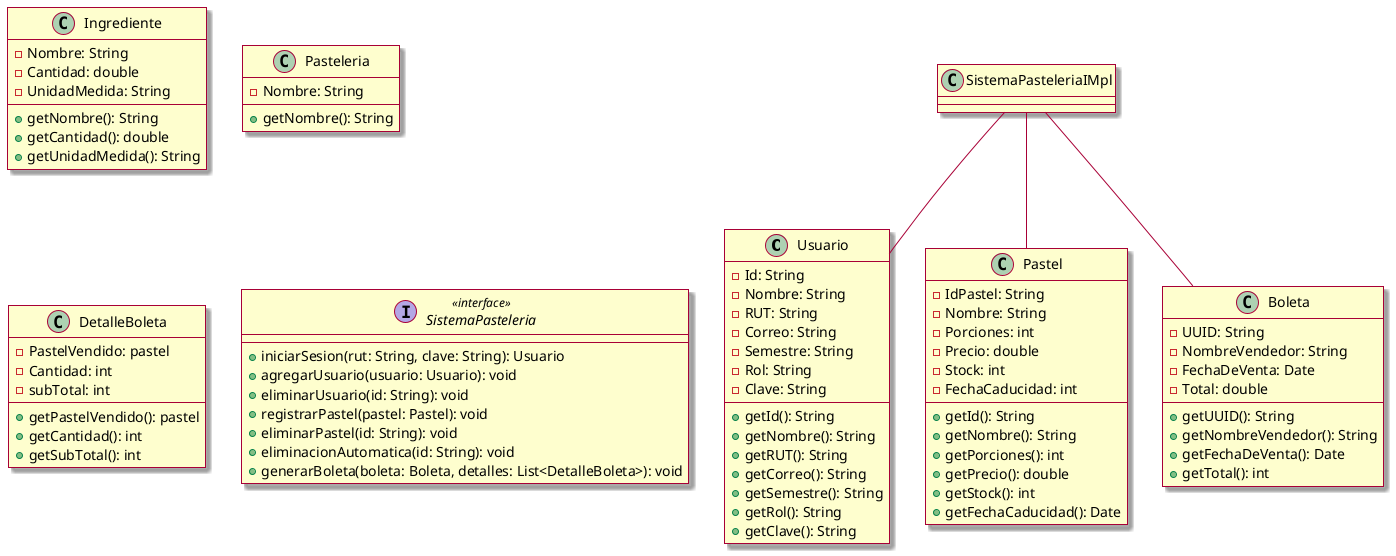
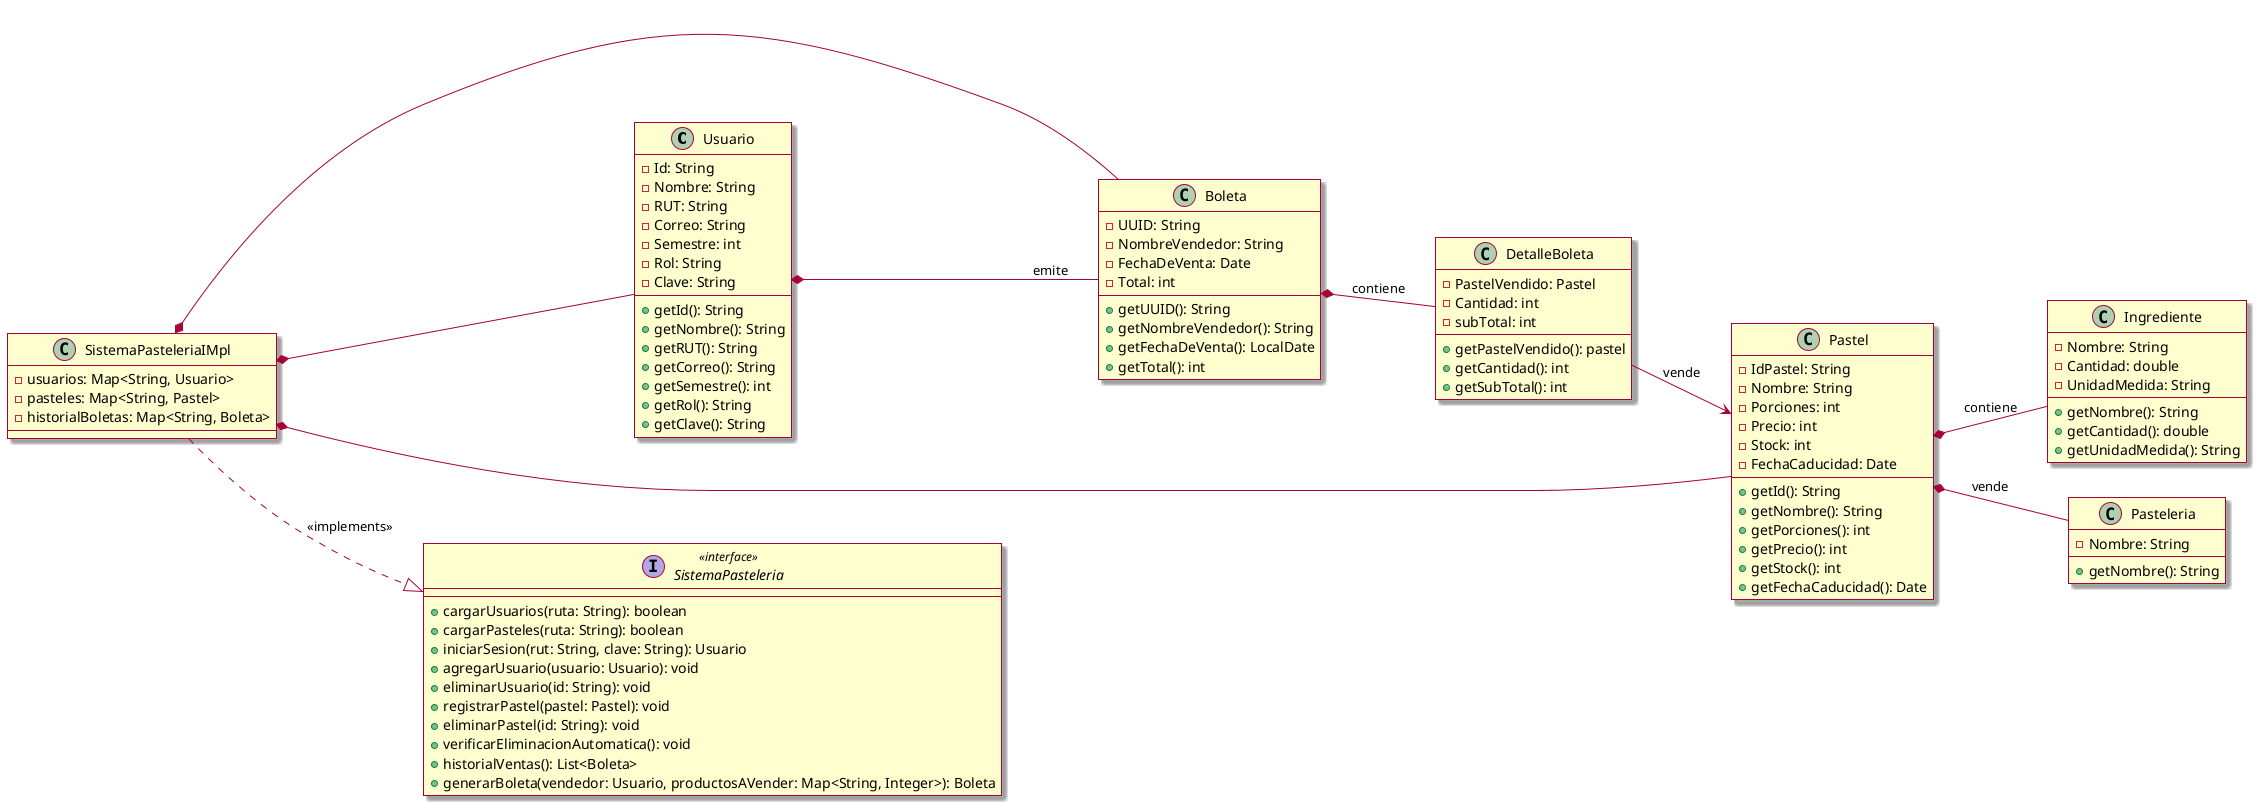
@startuml
skin rose
+ left to right direction
+ 
class Usuario{
    - Id: String
    - Nombre: String
    - RUT: String
    - Correo: String
-     - Semestre: String
+     - Semestre: int
    - Rol: String
    - Clave: String

    + getId(): String
    + getNombre(): String
    + getRUT(): String
    + getCorreo(): String
-     + getSemestre(): String
+     + getSemestre(): int
    + getRol(): String
    + getClave(): String
}

class Pastel{
    - IdPastel: String
    - Nombre: String
    - Porciones: int
-     - Precio: double
+     - Precio: int
    - Stock: int
-     - FechaCaducidad: int
+     - FechaCaducidad: Date

    + getId(): String
    + getNombre(): String
    + getPorciones(): int
-     + getPrecio(): double
+     + getPrecio(): int
    + getStock(): int
    + getFechaCaducidad(): Date
}

class Ingrediente{
    - Nombre: String
    - Cantidad: double
    - UnidadMedida: String

    + getNombre(): String
    + getCantidad(): double
    + getUnidadMedida(): String
}
class Pasteleria{
    - Nombre: String

    + getNombre(): String
}
class Boleta{
    - UUID: String
    - NombreVendedor: String
    - FechaDeVenta: Date
-     - Total: double
+     - Total: int

    + getUUID(): String
    + getNombreVendedor(): String
-     + getFechaDeVenta(): Date
+     + getFechaDeVenta(): LocalDate
    + getTotal(): int
    }
class DetalleBoleta{
-     - PastelVendido: pastel
+     - PastelVendido: Pastel
    - Cantidad: int
    - subTotal: int

    + getPastelVendido(): pastel
    + getCantidad(): int
    + getSubTotal(): int

}
interface SistemaPasteleria <<interface>>{
+     + cargarUsuarios(ruta: String): boolean
+     + cargarPasteles(ruta: String): boolean
    + iniciarSesion(rut: String, clave: String): Usuario
    + agregarUsuario(usuario: Usuario): void
    + eliminarUsuario(id: String): void
    + registrarPastel(pastel: Pastel): void
    + eliminarPastel(id: String): void
-     + eliminacionAutomatica(id: String): void
-     + generarBoleta(boleta: Boleta, detalles: List<DetalleBoleta>): void
+     + verificarEliminacionAutomatica(): void
+     + historialVentas(): List<Boleta>
+     + generarBoleta(vendedor: Usuario, productosAVender: Map<String, Integer>): Boleta
}
- 
- SistemaPasteleriaIMpl -- Usuario
- SistemaPasteleriaIMpl -- Pastel
- SistemaPasteleriaIMpl -- Boleta
- 
+ class SistemaPasteleriaIMpl{
+     - usuarios: Map<String, Usuario>
+     - pasteles: Map<String, Pastel>
+     - historialBoletas: Map<String, Boleta>
+ }
+ SistemaPasteleriaIMpl ..|> SistemaPasteleria: <<implements>>
+ SistemaPasteleriaIMpl *-- Usuario
+ SistemaPasteleriaIMpl *-- Pastel
+ SistemaPasteleriaIMpl *-- Boleta
+ Boleta *-- DetalleBoleta: contiene
+ DetalleBoleta --> Pastel: vende
+ Pastel *-- Ingrediente: contiene
+ Pastel *-- Pasteleria: vende
+ Usuario *-- Boleta: emite
@enduml